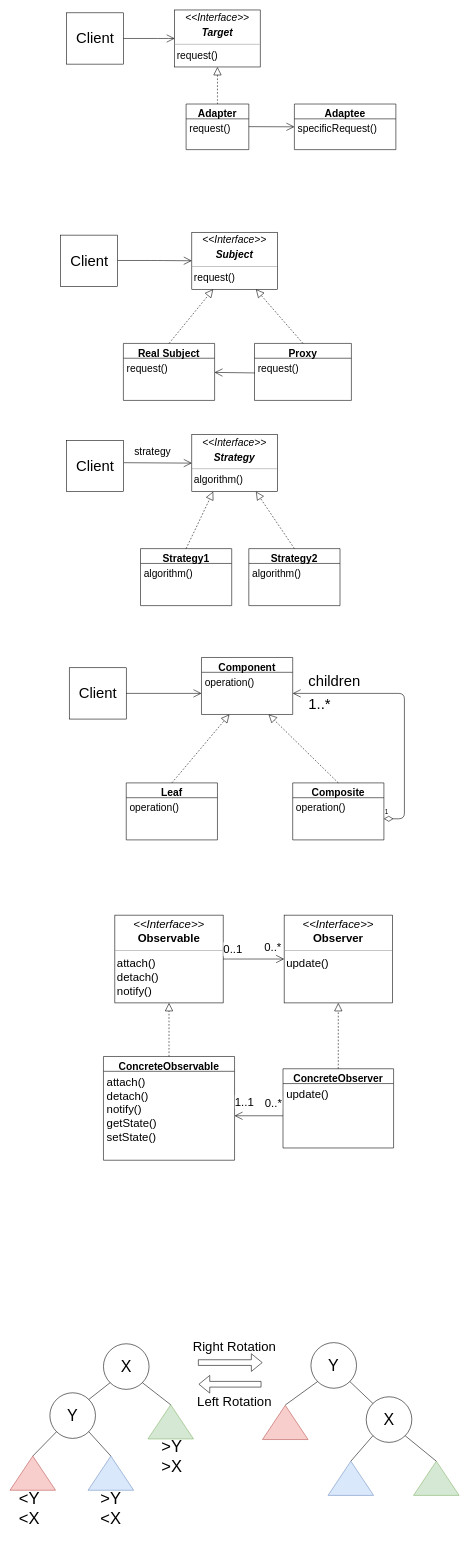
PashaJ23/sandbox-area keeps this draw.io diagram as Untitled Diagram.drawio. Above is the earlier version. Source tidied: cells renumbered, new cells numbered last; positions are measured from the earlier drawing's top-left corner, leaving out a move shared by most shapes. Both pictures are drawn from the tidied source at 57%, with x=0, y=0 at pixel (15, 10).
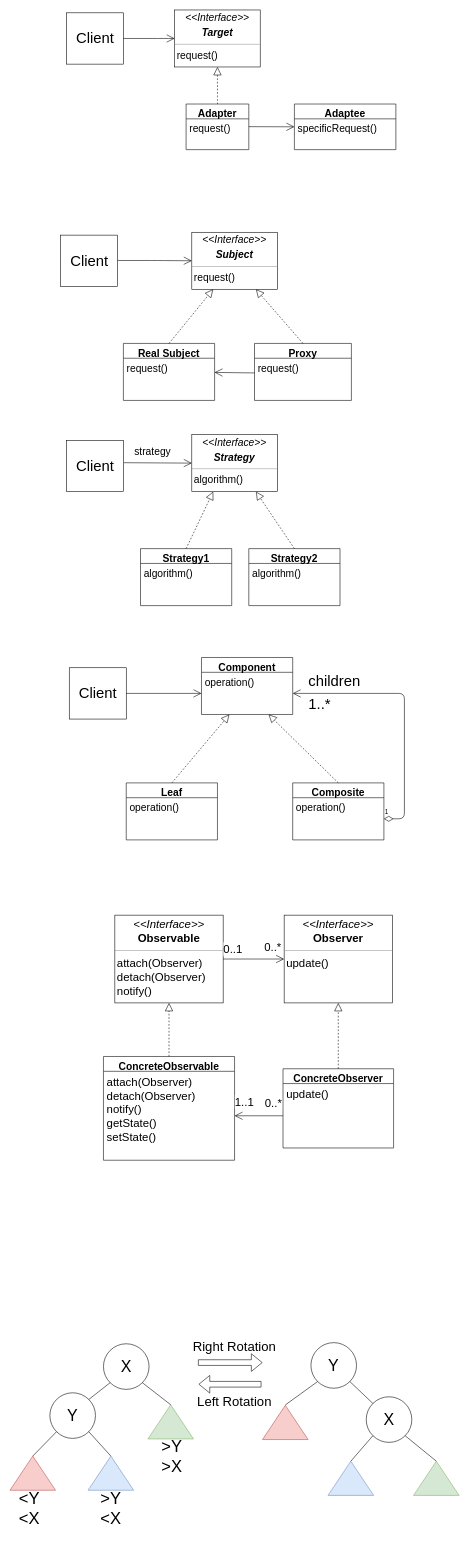
The same page after the edit.

The change refers to these unchanged cells:
```xml
<mxCell id="46" value="ConcreteObservable" style="swimlane;fontStyle=1;align=center;verticalAlign=top;horizontal=1;startSize=26;fontSize=18;" parent="1" vertex="1">
  <mxGeometry x="154" y="1836" width="230" height="182" as="geometry" />
</mxCell>
```

Change to the diagram source:
```diff
@@
-    <mxCell id="44" value="&lt;p style=&quot;margin: 4px 0px 0px ; text-align: center ; font-size: 20px&quot;&gt;&lt;font style=&quot;font-size: 20px&quot;&gt;&lt;i&gt;&amp;lt;&amp;lt;Interface&amp;gt;&amp;gt;&lt;/i&gt;&lt;br&gt;&lt;b&gt;Observable&lt;/b&gt;&lt;/font&gt;&lt;/p&gt;&lt;hr size=&quot;1&quot; style=&quot;font-size: 20px&quot;&gt;&lt;p style=&quot;margin: 0px 0px 0px 4px ; font-size: 20px&quot;&gt;&lt;/p&gt;&lt;p style=&quot;margin: 0px 0px 0px 4px ; font-size: 20px&quot;&gt;&lt;font style=&quot;font-size: 20px&quot;&gt;attach()&lt;/font&gt;&lt;/p&gt;&lt;p style=&quot;margin: 0px 0px 0px 4px ; font-size: 20px&quot;&gt;&lt;font style=&quot;font-size: 20px&quot;&gt;detach()&lt;/font&gt;&lt;/p&gt;&lt;p style=&quot;margin: 0px 0px 0px 4px ; font-size: 20px&quot;&gt;&lt;font style=&quot;font-size: 20px&quot;&gt;notify()&lt;/font&gt;&lt;/p&gt;" style="verticalAlign=top;align=left;overflow=fill;fontSize=12;fontFamily=Helvetica;html=1;" parent="1" vertex="1">
+    <mxCell id="44" value="&lt;p style=&quot;margin: 4px 0px 0px ; text-align: center ; font-size: 20px&quot;&gt;&lt;font style=&quot;font-size: 20px&quot;&gt;&lt;i&gt;&amp;lt;&amp;lt;Interface&amp;gt;&amp;gt;&lt;/i&gt;&lt;br&gt;&lt;b&gt;Observable&lt;/b&gt;&lt;/font&gt;&lt;/p&gt;&lt;hr size=&quot;1&quot; style=&quot;font-size: 20px&quot;&gt;&lt;p style=&quot;margin: 0px 0px 0px 4px ; font-size: 20px&quot;&gt;&lt;/p&gt;&lt;p style=&quot;margin: 0px 0px 0px 4px ; font-size: 20px&quot;&gt;&lt;font style=&quot;font-size: 20px&quot;&gt;attach(Observer)&lt;/font&gt;&lt;/p&gt;&lt;p style=&quot;margin: 0px 0px 0px 4px ; font-size: 20px&quot;&gt;&lt;font style=&quot;font-size: 20px&quot;&gt;detach(Observer)&lt;/font&gt;&lt;/p&gt;&lt;p style=&quot;margin: 0px 0px 0px 4px ; font-size: 20px&quot;&gt;&lt;font style=&quot;font-size: 20px&quot;&gt;notify()&lt;/font&gt;&lt;/p&gt;" style="verticalAlign=top;align=left;overflow=fill;fontSize=12;fontFamily=Helvetica;html=1;" parent="1" vertex="1">
       <mxGeometry x="174" y="1588" width="190" height="154" as="geometry" />
     </mxCell>
@@
-    <mxCell id="47" value="attach()&#10;detach()&#10;notify()&#10;getState()&#10;setState()" style="text;strokeColor=none;fillColor=none;align=left;verticalAlign=top;spacingLeft=4;spacingRight=4;overflow=hidden;points=[[0,0.5],[1,0.5]];portConstraint=eastwest;fontSize=20;" parent="46" vertex="1">
+    <mxCell id="47" value="attach(Observer)&#10;detach(Observer)&#10;notify()&#10;getState()&#10;setState()" style="text;strokeColor=none;fillColor=none;align=left;verticalAlign=top;spacingLeft=4;spacingRight=4;overflow=hidden;points=[[0,0.5],[1,0.5]];portConstraint=eastwest;fontSize=20;" parent="46" vertex="1">
       <mxGeometry y="26" width="230" height="156" as="geometry" />
     </mxCell>
```
